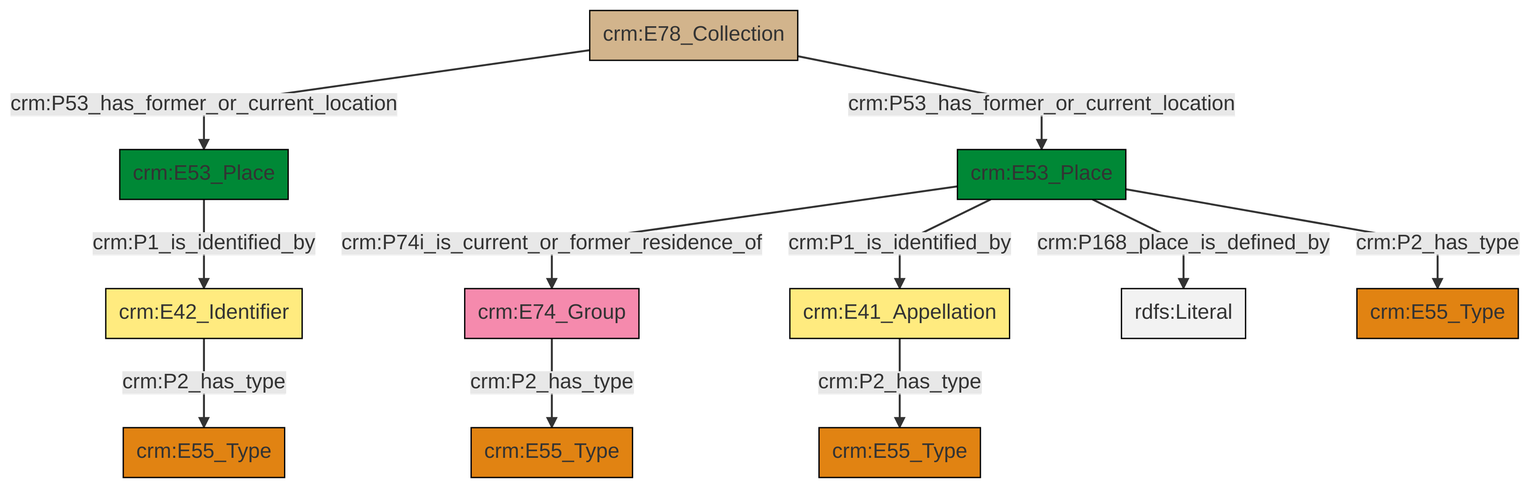
Before: et/archivalCSV/ttl/mmd/png/archival_location.png, a diagram exported from Mermaid (swiss-art-research-net/docs.swissartresearch). Its source is kept beside it as et/archivalCSV/ttl/mmd/archival_location.ttl.mmd.
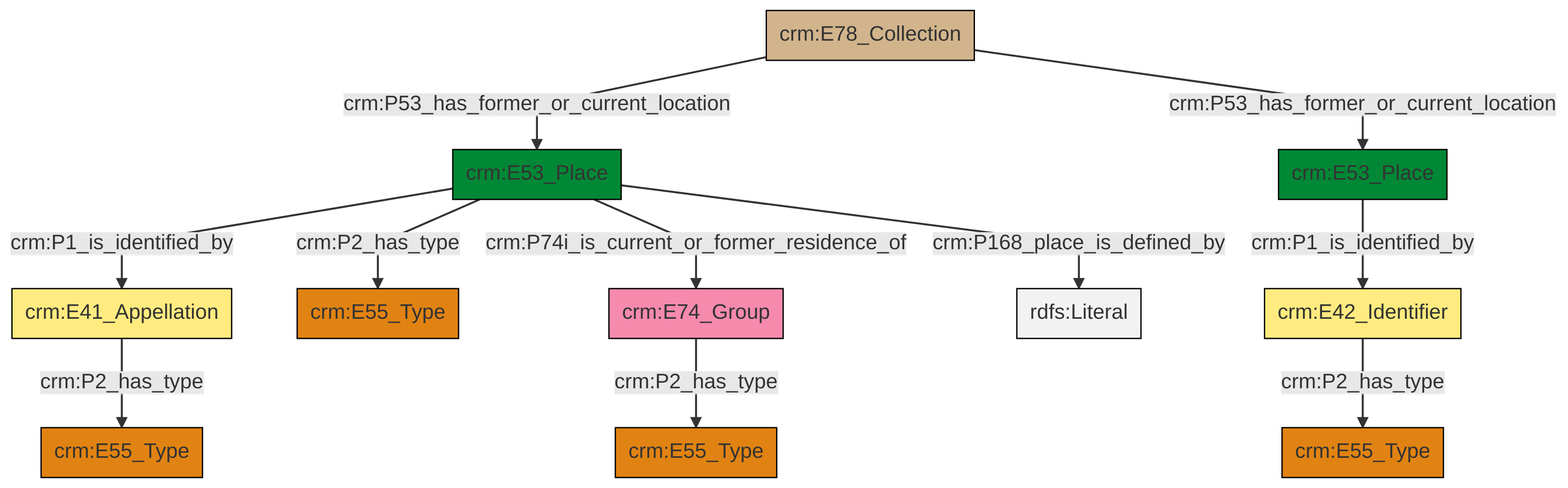
After the commit.

Change to the diagram source:
```diff
@@ -13,13 +13,13 @@
 classDef PC_Classes fill:#4ce600, stroke:#000000;
 classDef Multi fill:#cccccc,stroke:#000000;
 
-2["crm:E78_Collection"]:::Physical_Thing -->|crm:P53_has_former_or_current_location| 3["crm:E53_Place"]:::Place
-6["crm:E41_Appellation"]:::Appellation -->|crm:P2_has_type| 0["crm:E55_Type"]:::Type
-3["crm:E53_Place"]:::Place -->|crm:P1_is_identified_by| 7["crm:E42_Identifier"]:::Appellation
-8["crm:E53_Place"]:::Place -->|crm:P74i_is_current_or_former_residence_of| 9["crm:E74_Group"]:::Actor
-2["crm:E78_Collection"]:::Physical_Thing -->|crm:P53_has_former_or_current_location| 8["crm:E53_Place"]:::Place
-8["crm:E53_Place"]:::Place -->|crm:P168_place_is_defined_by| 17[rdfs:Literal]:::Literal
-7["crm:E42_Identifier"]:::Appellation -->|crm:P2_has_type| 4["crm:E55_Type"]:::Type
-9["crm:E74_Group"]:::Actor -->|crm:P2_has_type| 15["crm:E55_Type"]:::Type
-8["crm:E53_Place"]:::Place -->|crm:P1_is_identified_by| 6["crm:E41_Appellation"]:::Appellation
-8["crm:E53_Place"]:::Place -->|crm:P2_has_type| 20["crm:E55_Type"]:::Type
+0["crm:E53_Place"]:::Place -->|crm:P1_is_identified_by| 1["crm:E41_Appellation"]:::Appellation
+2["crm:E42_Identifier"]:::Appellation -->|crm:P2_has_type| 3["crm:E55_Type"]:::Type
+0["crm:E53_Place"]:::Place -->|crm:P2_has_type| 4["crm:E55_Type"]:::Type
+9["crm:E78_Collection"]:::Physical_Thing -->|crm:P53_has_former_or_current_location| 0["crm:E53_Place"]:::Place
+1["crm:E41_Appellation"]:::Appellation -->|crm:P2_has_type| 10["crm:E55_Type"]:::Type
+15["crm:E74_Group"]:::Actor -->|crm:P2_has_type| 5["crm:E55_Type"]:::Type
+0["crm:E53_Place"]:::Place -->|crm:P74i_is_current_or_former_residence_of| 15["crm:E74_Group"]:::Actor
+9["crm:E78_Collection"]:::Physical_Thing -->|crm:P53_has_former_or_current_location| 11["crm:E53_Place"]:::Place
+0["crm:E53_Place"]:::Place -->|crm:P168_place_is_defined_by| 21[rdfs:Literal]:::Literal
+11["crm:E53_Place"]:::Place -->|crm:P1_is_identified_by| 2["crm:E42_Identifier"]:::Appellation
```
